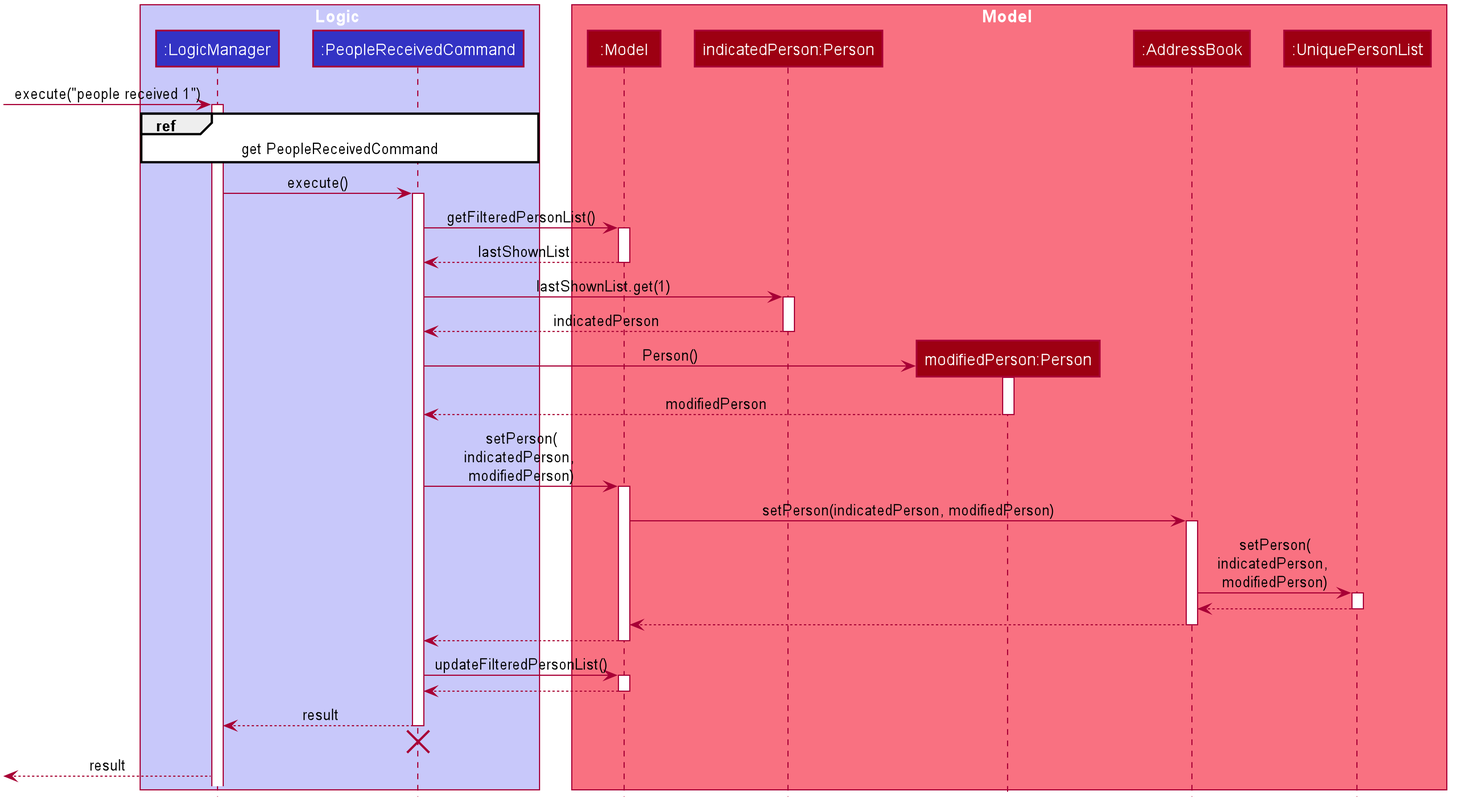
Earlier version of the PlantUML export docs/images/ReceivedSequenceDiagram.png (syinyichen/main).
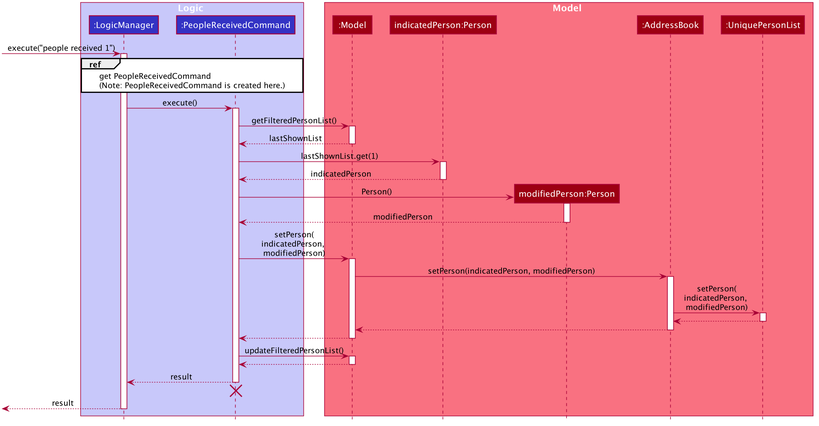
The same diagram one commit later.

Diff of the diagram source:
```diff
@@ -66,7 +66,10 @@
 [-> LogicManager : execute("people received 1")
 activate LogicManager
 
-ref over LogicManager, PeopleReceivedCommand : get PeopleReceivedCommand
+ref over LogicManager, PeopleReceivedCommand
+    get PeopleReceivedCommand
+    (Note: PeopleReceivedCommand is created here.)
+end ref
 
 LogicManager -> PeopleReceivedCommand : execute()
 activate PeopleReceivedCommand
@@ -120,5 +123,6 @@
 destroy PeopleReceivedCommand
 
 [<-- LogicManager : result
+deactivate LogicManager
 
 @enduml
```
